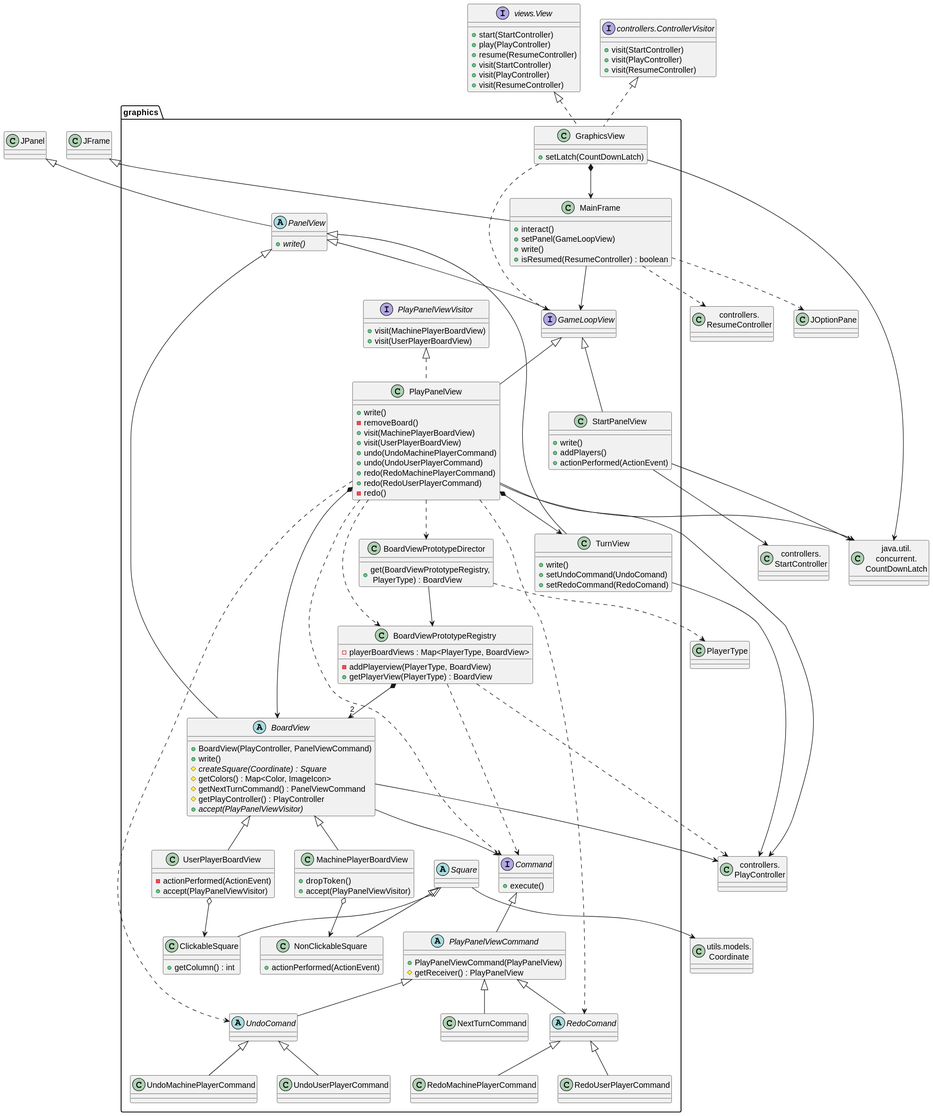
The PlantUML diagram out/connect4/Docs/diagrams/src/packages/connect4.connect4.views.graphics/connect4.connect4.views.graphics.svg in js-rom/connect4, before a commit.
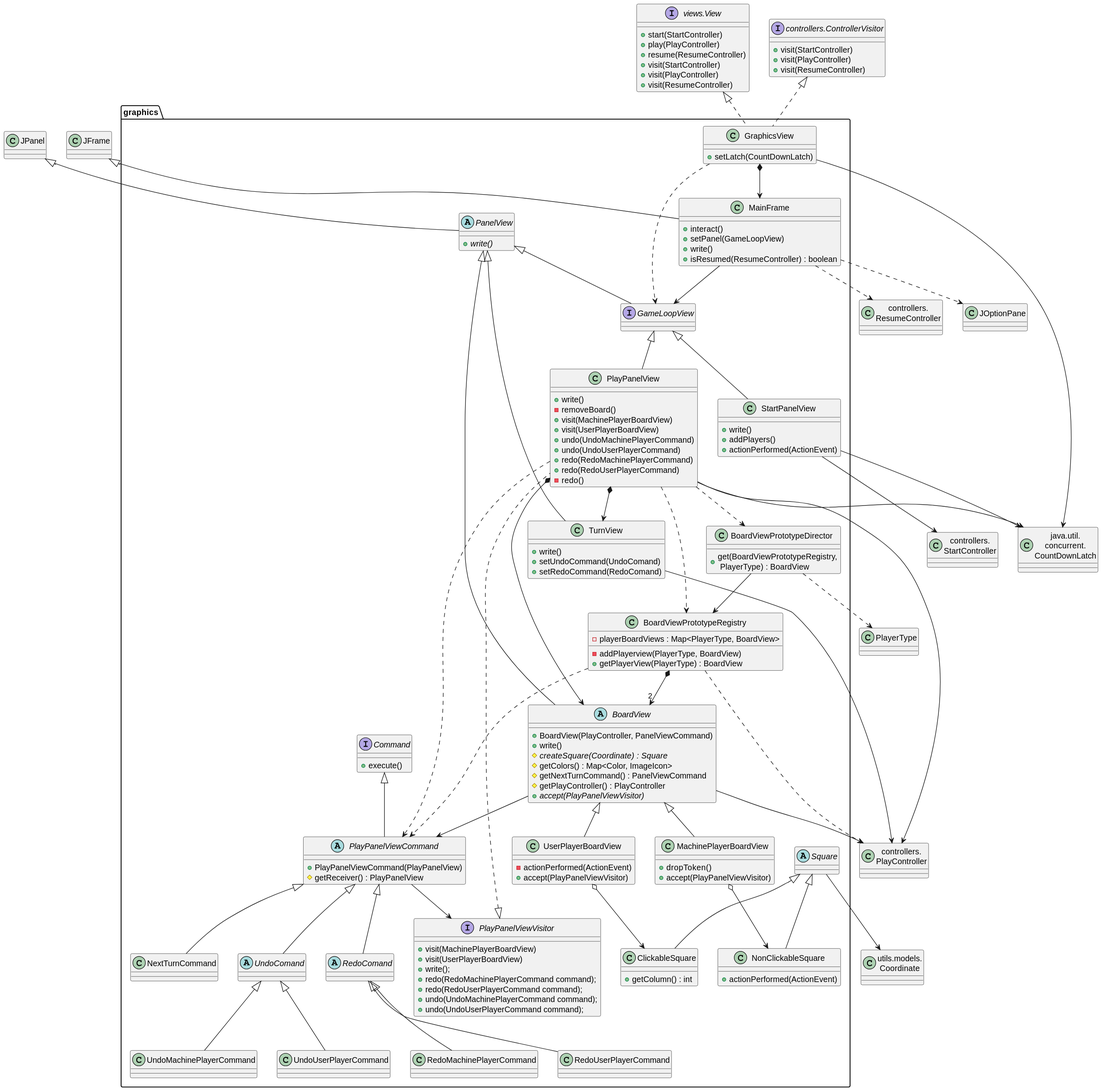
The same file after the commit.

The edit, as a diff of the source:
```diff
@@ -35,6 +35,11 @@
 interface graphics.PlayPanelViewVisitor {
     +visit(MachinePlayerBoardView)
     +visit(UserPlayerBoardView)
+    +write();
+    +redo(RedoMachinePlayerCommand command);
+    +redo(RedoUserPlayerCommand command);
+    +undo(UndoMachinePlayerCommand command);
+    +undo(UndoUserPlayerCommand command);
 }
 
 abstract class graphics.BoardView {
@@ -147,17 +152,16 @@
 PlayPanelView *--> TurnView
 PlayPanelView ..> BoardViewPrototypeRegistry
 PlayPanelView ..> BoardViewPrototypeDirector
-PlayPanelView ..> UndoComand
-PlayPanelView ..> RedoComand
 
 BoardViewPrototypeDirector --> BoardViewPrototypeRegistry
 BoardViewPrototypeDirector ..> PlayerType
 BoardViewPrototypeRegistry ..> PlayController
-BoardViewPrototypeRegistry ..> Command
+BoardViewPrototypeRegistry ..> PlayPanelViewCommand
 BoardViewPrototypeRegistry *--> "2"BoardView
 
 
-PlayPanelView ..> Command
+PlayPanelView ..> PlayPanelViewCommand
+PlayPanelViewCommand --> PlayPanelViewVisitor
 
 Command <|-- PlayPanelViewCommand
 PlayPanelViewCommand <|-- NextTurnCommand
@@ -175,7 +179,7 @@
 UserPlayerBoardView o--> ClickableSquare
 Square <|-- ClickableSquare
 Square <|-- NonClickableSquare
-BoardView --> Command
+BoardView --> PlayPanelViewCommand
 
 Square --> Coordinate
 @enduml
```
